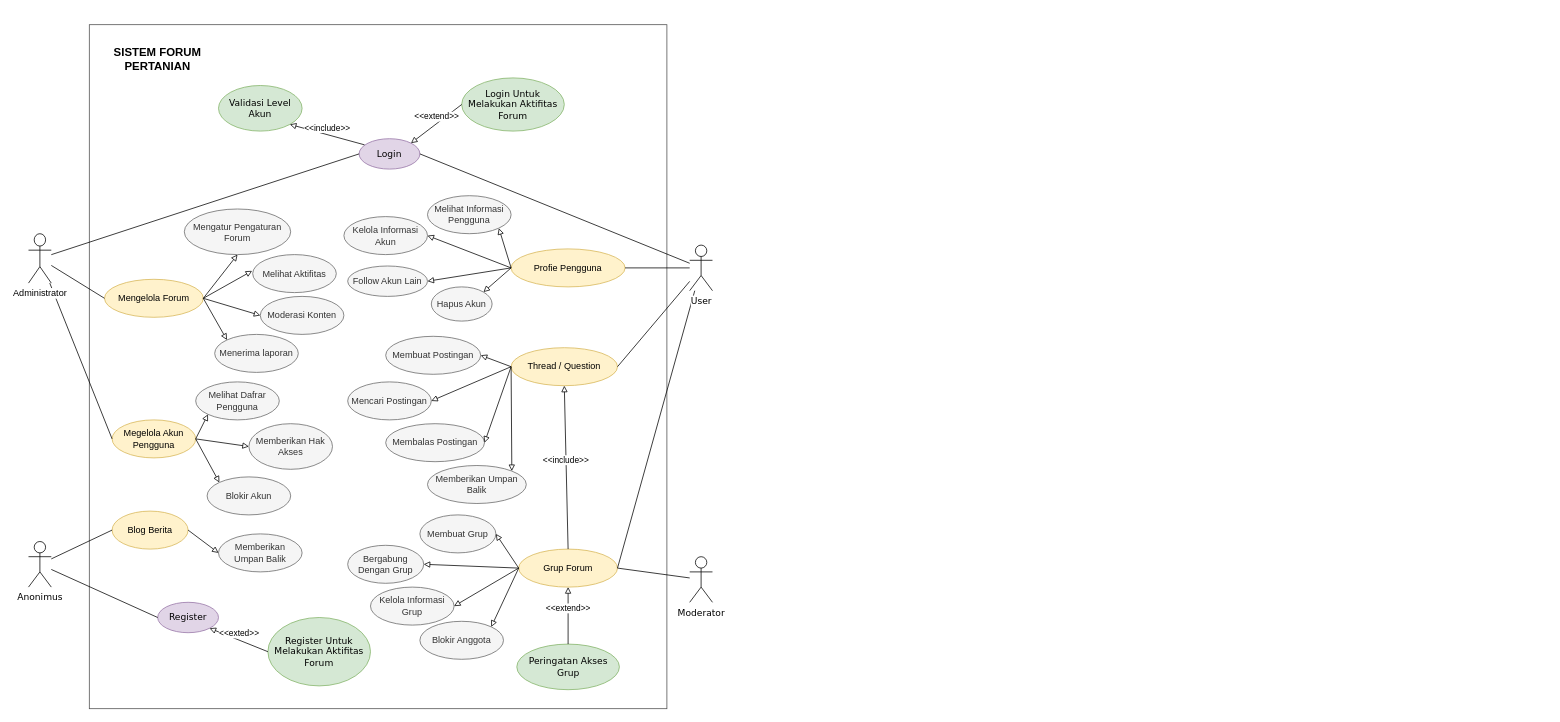
Above: page "use case diagram" (1 of 5) of Gambar/BAB 3/DRAW UML DIAGRAM.drawio in fajar-ab/SKRIPSI-SCMP-2023 (draw.io), before the change. Source tidied: cells renumbered, new cells numbered last; positions are measured from the earlier drawing's top-left corner, leaving out a move shared by most shapes. Both pictures are drawn from the tidied source at 76%, with x=0, y=0 at pixel (28, 24).
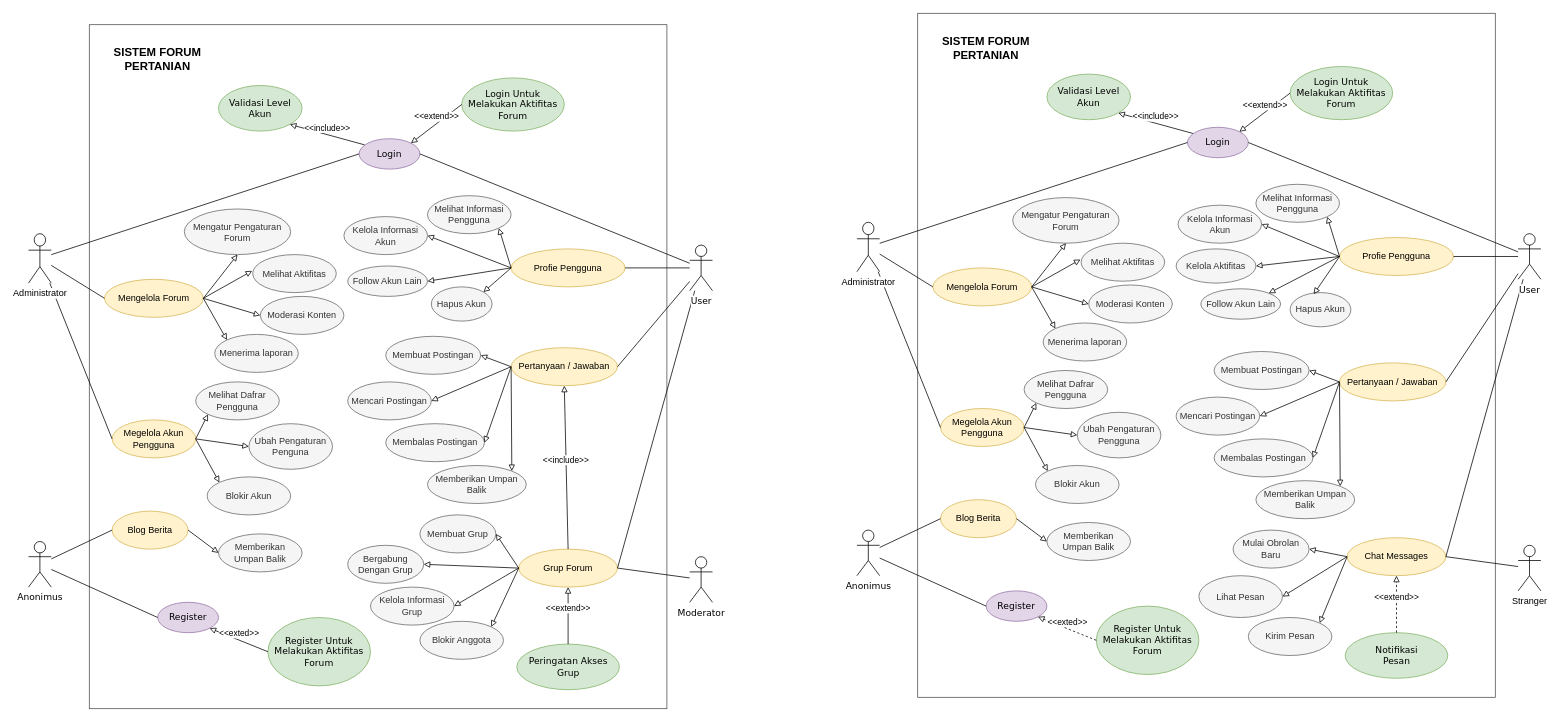
Above is the later version.

Change to the diagram source:
```diff
@@
-    <mxCell id="12" value="&lt;p&gt;Thread / Question&lt;br&gt;&lt;/p&gt;" style="ellipse;whiteSpace=wrap;html=1;fillColor=#fff2cc;strokeColor=#d6b656;" parent="1" vertex="1">
+    <mxCell id="12" value="&lt;p&gt;Pertanyaan / Jawaban&lt;br&gt;&lt;/p&gt;" style="ellipse;whiteSpace=wrap;html=1;fillColor=#fff2cc;strokeColor=#d6b656;" parent="1" vertex="1">
       <mxGeometry x="635" y="425" width="140" height="50" as="geometry" />
     </mxCell>
@@
-    <mxCell id="33" value="&lt;p&gt;Memberikan Hak Akses&lt;br&gt;&lt;/p&gt;" style="ellipse;whiteSpace=wrap;html=1;fillColor=#f5f5f5;strokeColor=#666666;fontColor=#333333;" parent="1" vertex="1">
+    <mxCell id="33" value="&lt;p&gt;Ubah Pengaturan Penguna&lt;br&gt;&lt;/p&gt;" style="ellipse;whiteSpace=wrap;html=1;fillColor=#f5f5f5;strokeColor=#666666;fontColor=#333333;" parent="1" vertex="1">
       <mxGeometry x="290" y="525" width="110" height="60" as="geometry" />
     </mxCell>
@@
+    <mxCell id="75" style="rounded=0;whiteSpace=wrap;html=1;strokeColor=#4D4D4D;" parent="1" vertex="1">
+      <mxGeometry x="1170" y="-15" width="760" height="900" as="geometry" />
+    </mxCell>
+    <mxCell id="76" value="&lt;font face=&quot;Verdana&quot;&gt;Anonimus&lt;/font&gt;" style="shape=umlActor;verticalLabelPosition=bottom;verticalAlign=top;html=1;" parent="1" vertex="1">
+      <mxGeometry x="1090" y="665" width="30" height="60" as="geometry" />
+    </mxCell>
+    <mxCell id="77" value="&lt;p&gt;&lt;font face=&quot;Verdana&quot;&gt;Login&lt;/font&gt;&lt;/p&gt;" style="ellipse;whiteSpace=wrap;html=1;fillColor=#e1d5e7;strokeColor=#9673a6;" parent="1" vertex="1">
+      <mxGeometry x="1525" y="135" width="80" height="40" as="geometry" />
+    </mxCell>
+    <mxCell id="78" value="&lt;p&gt;&lt;font face=&quot;Verdana&quot;&gt;Register&lt;/font&gt;&lt;/p&gt;" style="ellipse;whiteSpace=wrap;html=1;fillColor=#e1d5e7;strokeColor=#9673a6;" parent="1" vertex="1">
+      <mxGeometry x="1260" y="745" width="80" height="40" as="geometry" />
+    </mxCell>
+    <mxCell id="79" value="&lt;p&gt;Mengelola Forum&lt;br&gt;&lt;/p&gt;" style="ellipse;whiteSpace=wrap;html=1;fillColor=#fff2cc;strokeColor=#d6b656;" parent="1" vertex="1">
+      <mxGeometry x="1190" y="320" width="130" height="50" as="geometry" />
+    </mxCell>
+    <mxCell id="80" value="Stranger" style="shape=umlActor;verticalLabelPosition=bottom;verticalAlign=top;html=1;" parent="1" vertex="1">
+      <mxGeometry x="1960" y="685" width="30" height="60" as="geometry" />
+    </mxCell>
+    <mxCell id="81" value="&lt;p&gt;Megelola Akun Pengguna&lt;br&gt;&lt;/p&gt;" style="ellipse;whiteSpace=wrap;html=1;fillColor=#fff2cc;strokeColor=#d6b656;" parent="1" vertex="1">
+      <mxGeometry x="1200" y="505" width="110" height="50" as="geometry" />
+    </mxCell>
+    <mxCell id="82" value="&lt;p&gt;Chat Messages&lt;br&gt;&lt;/p&gt;" style="ellipse;whiteSpace=wrap;html=1;fillColor=#fff2cc;strokeColor=#d6b656;" parent="1" vertex="1">
+      <mxGeometry x="1735" y="675" width="130" height="50" as="geometry" />
+    </mxCell>
+    <mxCell id="83" value="&lt;p&gt;&lt;font face=&quot;Verdana&quot;&gt;Validasi Level Akun&lt;/font&gt;&lt;/p&gt;" style="ellipse;whiteSpace=wrap;html=1;fillColor=#d5e8d4;strokeColor=#82b366;" parent="1" vertex="1">
+      <mxGeometry x="1340" y="65" width="110" height="60" as="geometry" />
+    </mxCell>
+    <mxCell id="84" value="&amp;lt;&amp;lt;include&amp;gt;&amp;gt;" style="html=1;verticalAlign=bottom;endArrow=block;curved=0;rounded=0;entryX=1;entryY=1;entryDx=0;entryDy=0;endFill=0;exitX=0.089;exitY=0.202;exitDx=0;exitDy=0;exitPerimeter=0;" parent="1" edge="1" source="77" target="83">
+      <mxGeometry relative="1" as="geometry" />
+    </mxCell>
+    <mxCell id="85" value="&lt;p&gt;Pertanyaan / Jawaban&lt;br&gt;&lt;/p&gt;" style="ellipse;whiteSpace=wrap;html=1;fillColor=#fff2cc;strokeColor=#d6b656;" parent="1" vertex="1">
+      <mxGeometry x="1725" y="445" width="140" height="50" as="geometry" />
+    </mxCell>
+    <mxCell id="86" value="&lt;p&gt;Blog Berita&lt;/p&gt;" style="ellipse;whiteSpace=wrap;html=1;fillColor=#fff2cc;strokeColor=#d6b656;" parent="1" vertex="1">
+      <mxGeometry x="1200" y="625" width="100" height="50" as="geometry" />
+    </mxCell>
+    <mxCell id="87" value="&lt;p&gt;Profie Pengguna&lt;br&gt;&lt;/p&gt;" style="ellipse;whiteSpace=wrap;html=1;fillColor=#fff2cc;strokeColor=#d6b656;" parent="1" vertex="1">
+      <mxGeometry x="1725" y="280" width="150" height="50" as="geometry" />
+    </mxCell>
+    <mxCell id="88" style="endArrow=none;html=1;rounded=0;entryX=0;entryY=0.5;entryDx=0;entryDy=0;" parent="1" edge="1" source="142" target="77">
+      <mxGeometry relative="1" as="geometry" />
+    </mxCell>
+    <mxCell id="89" style="endArrow=none;html=1;rounded=0;entryX=1;entryY=0.5;entryDx=0;entryDy=0;" parent="1" edge="1" source="143" target="77">
+      <mxGeometry relative="1" as="geometry" />
+    </mxCell>
+    <mxCell id="90" style="endArrow=none;html=1;rounded=0;exitX=1;exitY=0.5;exitDx=0;exitDy=0;" parent="1" edge="1" source="87" target="143">
+      <mxGeometry relative="1" as="geometry" />
+    </mxCell>
+    <mxCell id="91" style="endArrow=none;html=1;rounded=0;exitX=1;exitY=0.5;exitDx=0;exitDy=0;" parent="1" edge="1" source="85" target="143">
+      <mxGeometry relative="1" as="geometry" />
+    </mxCell>
+    <mxCell id="92" style="endArrow=none;html=1;rounded=0;entryX=0;entryY=0.5;entryDx=0;entryDy=0;" parent="1" edge="1" source="142" target="79">
+      <mxGeometry relative="1" as="geometry" />
+    </mxCell>
+    <mxCell id="93" style="endArrow=none;html=1;rounded=0;exitX=1;exitY=0.5;exitDx=0;exitDy=0;" parent="1" edge="1" source="82" target="80">
+      <mxGeometry relative="1" as="geometry" />
+    </mxCell>
+    <mxCell id="94" style="endArrow=none;html=1;rounded=0;exitX=1;exitY=0.5;exitDx=0;exitDy=0;" parent="1" edge="1" source="82" target="143">
+      <mxGeometry relative="1" as="geometry" />
+    </mxCell>
+    <mxCell id="95" value="&lt;p&gt;Lihat Pesan&lt;br&gt;&lt;/p&gt;" style="ellipse;whiteSpace=wrap;html=1;fillColor=#f5f5f5;strokeColor=#666666;fontColor=#333333;" parent="1" vertex="1">
+      <mxGeometry x="1540" y="725" width="110" height="55" as="geometry" />
+    </mxCell>
+    <mxCell id="96" value="&lt;p&gt;Kirim Pesan&lt;/p&gt;" style="ellipse;whiteSpace=wrap;html=1;fillColor=#f5f5f5;strokeColor=#666666;fontColor=#333333;" parent="1" vertex="1">
+      <mxGeometry x="1605" y="780" width="110" height="50" as="geometry" />
+    </mxCell>
+    <mxCell id="97" style="endArrow=none;html=1;rounded=0;entryX=0;entryY=0.5;entryDx=0;entryDy=0;exitX=1;exitY=0.5;exitDx=0;exitDy=0;startArrow=block;startFill=0;" parent="1" edge="1" source="95" target="82">
+      <mxGeometry relative="1" as="geometry" />
+    </mxCell>
+    <mxCell id="98" style="endArrow=none;html=1;rounded=0;exitX=1;exitY=0;exitDx=0;exitDy=0;entryX=0;entryY=0.5;entryDx=0;entryDy=0;startArrow=block;startFill=0;" parent="1" edge="1" source="96" target="82">
+      <mxGeometry relative="1" as="geometry" />
+    </mxCell>
+    <mxCell id="99" value="&lt;p&gt;Kelola Informasi Akun&lt;br&gt;&lt;/p&gt;" style="ellipse;whiteSpace=wrap;html=1;fillColor=#f5f5f5;strokeColor=#666666;fontColor=#333333;" parent="1" vertex="1">
+      <mxGeometry x="1512.5" y="237.5" width="110" height="50" as="geometry" />
+    </mxCell>
+    <mxCell id="100" value="&lt;p&gt;Mulai Obrolan Baru&lt;br&gt;&lt;/p&gt;" style="ellipse;whiteSpace=wrap;html=1;fillColor=#f5f5f5;strokeColor=#666666;fontColor=#333333;" parent="1" vertex="1">
+      <mxGeometry x="1585" y="665" width="100" height="50" as="geometry" />
+    </mxCell>
+    <mxCell id="101" style="endArrow=none;html=1;rounded=0;entryX=0;entryY=0.5;entryDx=0;entryDy=0;startArrow=block;startFill=0;exitX=1;exitY=0.5;exitDx=0;exitDy=0;" parent="1" edge="1" source="100" target="82">
+      <mxGeometry relative="1" as="geometry" />
+    </mxCell>
+    <mxCell id="102" value="&lt;p&gt;Hapus Akun&lt;br&gt;&lt;/p&gt;" style="ellipse;whiteSpace=wrap;html=1;fillColor=#f5f5f5;strokeColor=#666666;fontColor=#333333;" parent="1" vertex="1">
+      <mxGeometry x="1660" y="352.5" width="80" height="45" as="geometry" />
+    </mxCell>
+    <mxCell id="103" value="&lt;p&gt;Melihat Dafrar Pengguna&lt;br&gt;&lt;/p&gt;" style="ellipse;whiteSpace=wrap;html=1;fillColor=#f5f5f5;strokeColor=#666666;fontColor=#333333;" parent="1" vertex="1">
+      <mxGeometry x="1310" y="455" width="110" height="50" as="geometry" />
+    </mxCell>
+    <mxCell id="104" value="&lt;p&gt;Ubah Pengaturan Pengguna&lt;br&gt;&lt;/p&gt;" style="ellipse;whiteSpace=wrap;html=1;fillColor=#f5f5f5;strokeColor=#666666;fontColor=#333333;" parent="1" vertex="1">
+      <mxGeometry x="1380" y="510" width="110" height="60" as="geometry" />
+    </mxCell>
+    <mxCell id="105" value="&lt;p&gt;Blokir Akun&lt;br&gt;&lt;/p&gt;" style="ellipse;whiteSpace=wrap;html=1;fillColor=#f5f5f5;strokeColor=#666666;fontColor=#333333;" parent="1" vertex="1">
+      <mxGeometry x="1325" y="580" width="110" height="50" as="geometry" />
+    </mxCell>
+    <mxCell id="106" value="&lt;p&gt;Membuat Postingan&lt;/p&gt;" style="ellipse;whiteSpace=wrap;html=1;fillColor=#f5f5f5;strokeColor=#666666;fontColor=#333333;" parent="1" vertex="1">
+      <mxGeometry x="1560" y="430" width="125" height="50" as="geometry" />
+    </mxCell>
+    <mxCell id="107" value="&lt;p&gt;Mencari Postingan&lt;/p&gt;" style="ellipse;whiteSpace=wrap;html=1;fillColor=#f5f5f5;strokeColor=#666666;fontColor=#333333;" parent="1" vertex="1">
+      <mxGeometry x="1510" y="490" width="110" height="50" as="geometry" />
+    </mxCell>
+    <mxCell id="108" value="&lt;p&gt;Membalas Postingan&lt;/p&gt;" style="ellipse;whiteSpace=wrap;html=1;fillColor=#f5f5f5;strokeColor=#666666;fontColor=#333333;" parent="1" vertex="1">
+      <mxGeometry x="1560" y="545" width="130" height="50" as="geometry" />
+    </mxCell>
+    <mxCell id="109" style="endArrow=none;html=1;rounded=0;exitX=1;exitY=0.5;exitDx=0;exitDy=0;entryX=0;entryY=0.5;entryDx=0;entryDy=0;startArrow=block;startFill=0;" parent="1" edge="1" source="106" target="85">
+      <mxGeometry relative="1" as="geometry" />
+    </mxCell>
+    <mxCell id="110" style="endArrow=none;html=1;rounded=0;exitX=1;exitY=0.5;exitDx=0;exitDy=0;entryX=0;entryY=0.5;entryDx=0;entryDy=0;startArrow=block;startFill=0;" parent="1" edge="1" source="107" target="85">
+      <mxGeometry relative="1" as="geometry" />
+    </mxCell>
+    <mxCell id="111" style="endArrow=none;html=1;rounded=0;exitX=1;exitY=0.5;exitDx=0;exitDy=0;entryX=0;entryY=0.5;entryDx=0;entryDy=0;startArrow=block;startFill=0;" parent="1" edge="1" source="108" target="85">
+      <mxGeometry relative="1" as="geometry" />
+    </mxCell>
+    <mxCell id="112" value="&lt;p&gt;Memberikan Umpan Balik&lt;/p&gt;" style="ellipse;whiteSpace=wrap;html=1;fillColor=#f5f5f5;strokeColor=#666666;fontColor=#333333;" parent="1" vertex="1">
+      <mxGeometry x="1615" y="600" width="130" height="50" as="geometry" />
+    </mxCell>
+    <mxCell id="113" style="endArrow=none;html=1;rounded=0;entryX=0;entryY=0.5;entryDx=0;entryDy=0;startArrow=block;startFill=0;exitX=1;exitY=0;exitDx=0;exitDy=0;" parent="1" edge="1" source="112" target="85">
+      <mxGeometry relative="1" as="geometry" />
+    </mxCell>
+    <mxCell id="114" value="&lt;p&gt;Mengatur Pengaturan Forum&lt;br&gt;&lt;/p&gt;" style="ellipse;whiteSpace=wrap;html=1;fillColor=#f5f5f5;strokeColor=#666666;fontColor=#333333;" parent="1" vertex="1">
+      <mxGeometry x="1295" y="227.5" width="140" height="60" as="geometry" />
+    </mxCell>
+    <mxCell id="115" value="&lt;p&gt;Menerima laporan&lt;br&gt;&lt;/p&gt;" style="ellipse;whiteSpace=wrap;html=1;fillColor=#f5f5f5;strokeColor=#666666;fontColor=#333333;" parent="1" vertex="1">
+      <mxGeometry x="1335" y="392.5" width="110" height="50" as="geometry" />
+    </mxCell>
+    <mxCell id="116" style="endArrow=none;html=1;rounded=0;exitX=0;exitY=1;exitDx=0;exitDy=0;entryX=1;entryY=0.5;entryDx=0;entryDy=0;startArrow=block;startFill=0;" parent="1" edge="1" source="103" target="81">
+      <mxGeometry relative="1" as="geometry" />
+    </mxCell>
+    <mxCell id="117" style="endArrow=none;html=1;rounded=0;exitX=0;exitY=0.5;exitDx=0;exitDy=0;entryX=1;entryY=0.5;entryDx=0;entryDy=0;startArrow=block;startFill=0;" parent="1" edge="1" source="104" target="81">
+      <mxGeometry relative="1" as="geometry" />
+    </mxCell>
+    <mxCell id="118" style="endArrow=none;html=1;rounded=0;exitX=0;exitY=0;exitDx=0;exitDy=0;entryX=1;entryY=0.5;entryDx=0;entryDy=0;startArrow=block;startFill=0;" parent="1" edge="1" source="105" target="81">
+      <mxGeometry relative="1" as="geometry" />
+    </mxCell>
+    <mxCell id="119" value="&lt;p&gt;Moderasi Konten&lt;br&gt;&lt;/p&gt;" style="ellipse;whiteSpace=wrap;html=1;fillColor=#f5f5f5;strokeColor=#666666;fontColor=#333333;" parent="1" vertex="1">
+      <mxGeometry x="1395" y="342.5" width="110" height="50" as="geometry" />
+    </mxCell>
+    <mxCell id="120" style="endArrow=none;html=1;rounded=0;entryX=0;entryY=0.5;entryDx=0;entryDy=0;" parent="1" edge="1" source="142" target="81">
+      <mxGeometry relative="1" as="geometry" />
+    </mxCell>
+    <mxCell id="121" value="&lt;p&gt;Melihat Aktifitas&lt;br&gt;&lt;/p&gt;" style="ellipse;whiteSpace=wrap;html=1;fillColor=#f5f5f5;strokeColor=#666666;fontColor=#333333;" parent="1" vertex="1">
+      <mxGeometry x="1385" y="287.5" width="110" height="50" as="geometry" />
+    </mxCell>
+    <mxCell id="122" style="endArrow=none;html=1;rounded=0;exitX=0.5;exitY=1;exitDx=0;exitDy=0;entryX=1;entryY=0.5;entryDx=0;entryDy=0;startArrow=block;startFill=0;" parent="1" edge="1" source="114" target="79">
+      <mxGeometry relative="1" as="geometry" />
+    </mxCell>
+    <mxCell id="123" style="endArrow=none;html=1;rounded=0;exitX=-0.007;exitY=0.429;exitDx=0;exitDy=0;startArrow=block;startFill=0;exitPerimeter=0;entryX=1;entryY=0.5;entryDx=0;entryDy=0;" parent="1" edge="1" source="121" target="79">
+      <mxGeometry relative="1" as="geometry" />
+    </mxCell>
+    <mxCell id="124" style="endArrow=none;html=1;rounded=0;exitX=0;exitY=0.5;exitDx=0;exitDy=0;startArrow=block;startFill=0;entryX=1;entryY=0.5;entryDx=0;entryDy=0;" parent="1" edge="1" source="119" target="79">
+      <mxGeometry relative="1" as="geometry" />
+    </mxCell>
+    <mxCell id="125" style="endArrow=none;html=1;rounded=0;exitX=0;exitY=0;exitDx=0;exitDy=0;startArrow=block;startFill=0;entryX=1;entryY=0.5;entryDx=0;entryDy=0;" parent="1" edge="1" source="115" target="79">
+      <mxGeometry relative="1" as="geometry" />
+    </mxCell>
+    <mxCell id="126" value="&lt;p&gt;Memberikan Umpan Balik&lt;/p&gt;" style="ellipse;whiteSpace=wrap;html=1;fillColor=#f5f5f5;strokeColor=#666666;fontColor=#333333;" parent="1" vertex="1">
+      <mxGeometry x="1340" y="655" width="110" height="50" as="geometry" />
+    </mxCell>
+    <mxCell id="127" style="endArrow=none;html=1;rounded=0;exitX=0;exitY=0.5;exitDx=0;exitDy=0;entryX=1;entryY=0.5;entryDx=0;entryDy=0;startArrow=block;startFill=0;" parent="1" edge="1" source="126" target="86">
+      <mxGeometry relative="1" as="geometry" />
+    </mxCell>
+    <mxCell id="128" value="&lt;p&gt;Follow Akun Lain&lt;br&gt;&lt;/p&gt;" style="ellipse;whiteSpace=wrap;html=1;fillColor=#f5f5f5;strokeColor=#666666;fontColor=#333333;" parent="1" vertex="1">
+      <mxGeometry x="1542.5" y="347.5" width="105" height="40" as="geometry" />
+    </mxCell>
+    <mxCell id="129" value="&lt;p&gt;Melihat Informasi Pengguna&lt;br&gt;&lt;/p&gt;" style="ellipse;whiteSpace=wrap;html=1;fillColor=#f5f5f5;strokeColor=#666666;fontColor=#333333;" parent="1" vertex="1">
+      <mxGeometry x="1615" y="210" width="110" height="50" as="geometry" />
+    </mxCell>
+    <mxCell id="130" style="endArrow=none;html=1;rounded=0;entryX=0;entryY=0.5;entryDx=0;entryDy=0;" parent="1" edge="1" source="76" target="86">
+      <mxGeometry relative="1" as="geometry" />
+    </mxCell>
+    <mxCell id="131" style="endArrow=none;html=1;rounded=0;entryX=0;entryY=0.5;entryDx=0;entryDy=0;" parent="1" edge="1" source="76" target="78">
+      <mxGeometry relative="1" as="geometry" />
+    </mxCell>
+    <mxCell id="132" style="endArrow=none;html=1;rounded=0;exitX=1;exitY=1;exitDx=0;exitDy=0;startArrow=block;startFill=0;entryX=0;entryY=0.5;entryDx=0;entryDy=0;" parent="1" edge="1" source="129" target="87">
+      <mxGeometry relative="1" as="geometry" />
+    </mxCell>
+    <mxCell id="133" style="endArrow=none;html=1;rounded=0;exitX=1;exitY=0.5;exitDx=0;exitDy=0;startArrow=block;startFill=0;entryX=0;entryY=0.5;entryDx=0;entryDy=0;" parent="1" edge="1" source="99" target="87">
+      <mxGeometry relative="1" as="geometry" />
+    </mxCell>
+    <mxCell id="134" style="endArrow=none;html=1;rounded=0;startArrow=block;startFill=0;entryX=0;entryY=0.5;entryDx=0;entryDy=0;exitX=1;exitY=0;exitDx=0;exitDy=0;" parent="1" edge="1" source="128" target="87">
+      <mxGeometry relative="1" as="geometry" />
+    </mxCell>
+    <mxCell id="135" style="endArrow=none;html=1;rounded=0;startArrow=block;startFill=0;entryX=0;entryY=0.5;entryDx=0;entryDy=0;exitX=0.388;exitY=0.046;exitDx=0;exitDy=0;exitPerimeter=0;" parent="1" edge="1" source="102" target="87">
+      <mxGeometry relative="1" as="geometry" />
+    </mxCell>
+    <mxCell id="136" value="&lt;p&gt;&lt;font face=&quot;Verdana&quot;&gt;Login Untuk Melakukan Aktifitas Forum&lt;/font&gt;&lt;/p&gt;" style="ellipse;whiteSpace=wrap;html=1;fillColor=#d5e8d4;strokeColor=#82b366;" parent="1" vertex="1">
+      <mxGeometry x="1660" y="55" width="135" height="70" as="geometry" />
+    </mxCell>
+    <mxCell id="137" value="&amp;lt;&amp;lt;extend&amp;gt;&amp;gt;" style="html=1;verticalAlign=bottom;endArrow=block;curved=0;rounded=0;entryX=1;entryY=0;entryDx=0;entryDy=0;endFill=0;exitX=0;exitY=0.5;exitDx=0;exitDy=0;" parent="1" edge="1" source="136" target="77">
+      <mxGeometry relative="1" as="geometry" />
+    </mxCell>
+    <mxCell id="138" value="&lt;p&gt;&lt;font face=&quot;Verdana&quot;&gt;Notifikasi&lt;br&gt;Pesan&lt;/font&gt;&lt;/p&gt;" style="ellipse;whiteSpace=wrap;html=1;fillColor=#d5e8d4;strokeColor=#82b366;" parent="1" vertex="1">
+      <mxGeometry x="1732.5" y="800" width="135" height="60" as="geometry" />
+    </mxCell>
+    <mxCell id="139" value="&amp;lt;&amp;lt;extend&amp;gt;&amp;gt;" style="html=1;verticalAlign=bottom;endArrow=block;curved=0;rounded=0;entryX=0.5;entryY=1;entryDx=0;entryDy=0;endFill=0;exitX=0.5;exitY=0;exitDx=0;exitDy=0;dashed=1;" parent="1" edge="1" source="138" target="82">
+      <mxGeometry relative="1" as="geometry" />
+    </mxCell>
+    <mxCell id="140" value="&lt;p&gt;&lt;font face=&quot;Verdana&quot;&gt;Register Untuk Melakukan Aktifitas Forum&lt;/font&gt;&lt;/p&gt;" style="ellipse;whiteSpace=wrap;html=1;fillColor=#d5e8d4;strokeColor=#82b366;" parent="1" vertex="1">
+      <mxGeometry x="1405" y="765" width="135" height="90" as="geometry" />
+    </mxCell>
+    <mxCell id="141" value="&amp;lt;&amp;lt;exted&amp;gt;&amp;gt;" style="html=1;verticalAlign=bottom;endArrow=block;curved=0;rounded=0;entryX=1;entryY=1;entryDx=0;entryDy=0;endFill=0;exitX=0;exitY=0.5;exitDx=0;exitDy=0;dashed=1;" parent="1" edge="1" source="140" target="78">
+      <mxGeometry relative="1" as="geometry" />
+    </mxCell>
+    <mxCell id="142" value="Administrator" style="shape=umlActor;verticalLabelPosition=bottom;verticalAlign=top;labelBackgroundColor=#FFFFFF;labelBorderColor=none;html=1;" parent="1" vertex="1">
+      <mxGeometry x="1090" y="260" width="30" height="65" as="geometry" />
+    </mxCell>
+    <mxCell id="143" value="&lt;font face=&quot;Verdana&quot;&gt;User&lt;/font&gt;" style="shape=umlActor;verticalLabelPosition=bottom;verticalAlign=top;html=1;labelBackgroundColor=default;" parent="1" vertex="1">
+      <mxGeometry x="1960" y="275" width="30" height="60" as="geometry" />
+    </mxCell>
+    <mxCell id="144" value="&lt;font style=&quot;font-size: 15px;&quot; face=&quot;Helvetica&quot;&gt;SISTEM FORUM PERTANIAN&lt;/font&gt;" style="text;html=1;strokeColor=none;fillColor=none;align=center;verticalAlign=middle;whiteSpace=wrap;rounded=0;fontStyle=1;fontFamily=Verdana;" parent="1" vertex="1">
+      <mxGeometry x="1180" y="15" width="160" height="30" as="geometry" />
+    </mxCell>
+    <mxCell id="145" value="&lt;p&gt;Kelola Aktifitas&lt;br&gt;&lt;/p&gt;" style="ellipse;whiteSpace=wrap;html=1;fillColor=#f5f5f5;strokeColor=#666666;fontColor=#333333;" parent="1" vertex="1">
+      <mxGeometry x="1510" y="295" width="105" height="45" as="geometry" />
+    </mxCell>
+    <mxCell id="146" style="endArrow=none;html=1;rounded=0;startArrow=block;startFill=0;entryX=0;entryY=0.5;entryDx=0;entryDy=0;exitX=1;exitY=0.5;exitDx=0;exitDy=0;" parent="1" edge="1" source="145" target="87">
+      <mxGeometry relative="1" as="geometry" />
+    </mxCell>
```
